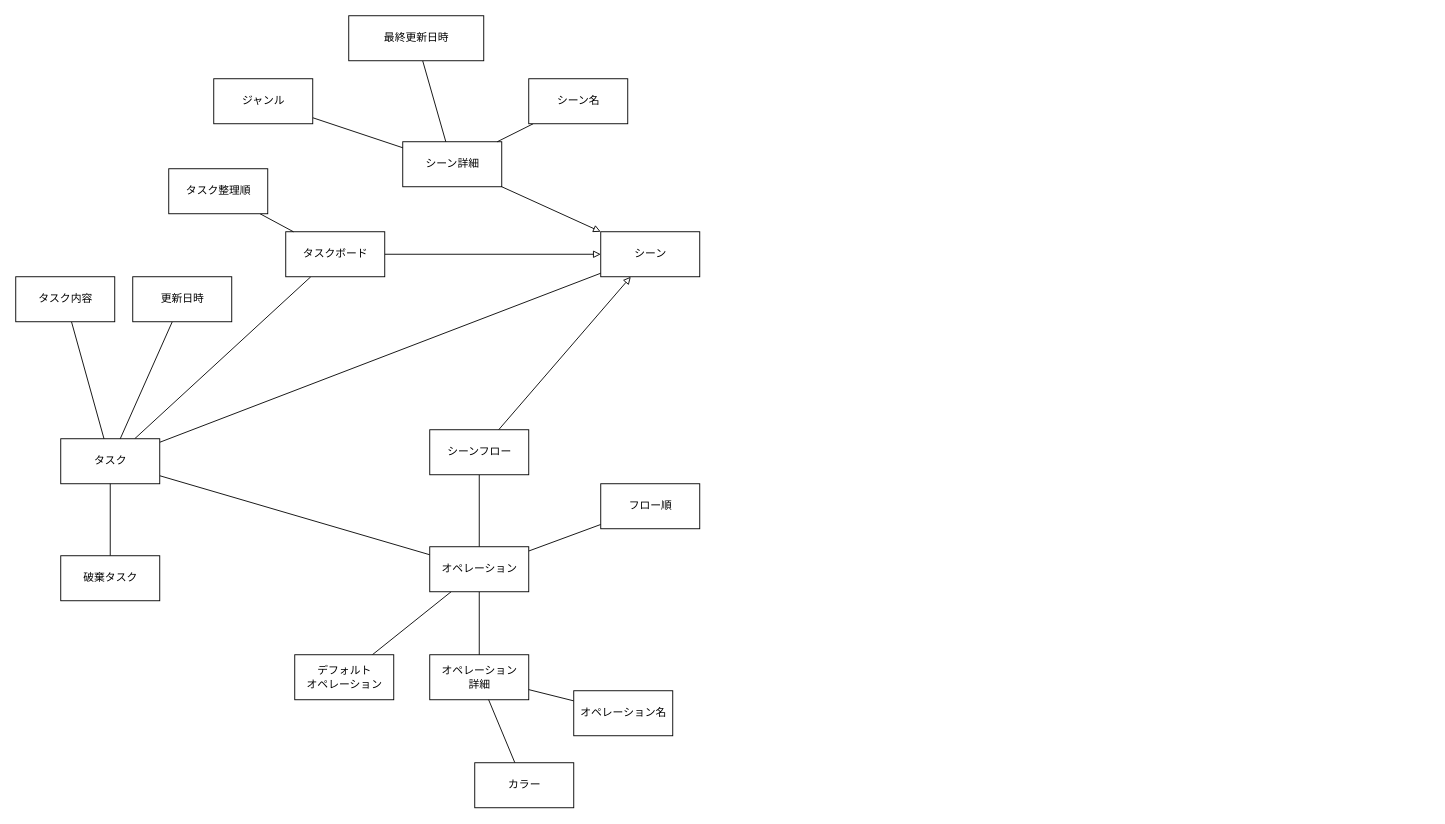
takemo101/tasking-flutter keeps this draw.io diagram as page "概念モデル" (1 of 2) of document/model/model.dio. Above is the earlier version. Source tidied: cells renumbered, new cells numbered last; positions are measured from the earlier drawing's top-left corner, leaving out a move shared by most shapes. Both pictures are drawn from the tidied source at 90%, with x=0, y=0 at pixel (15, 15).
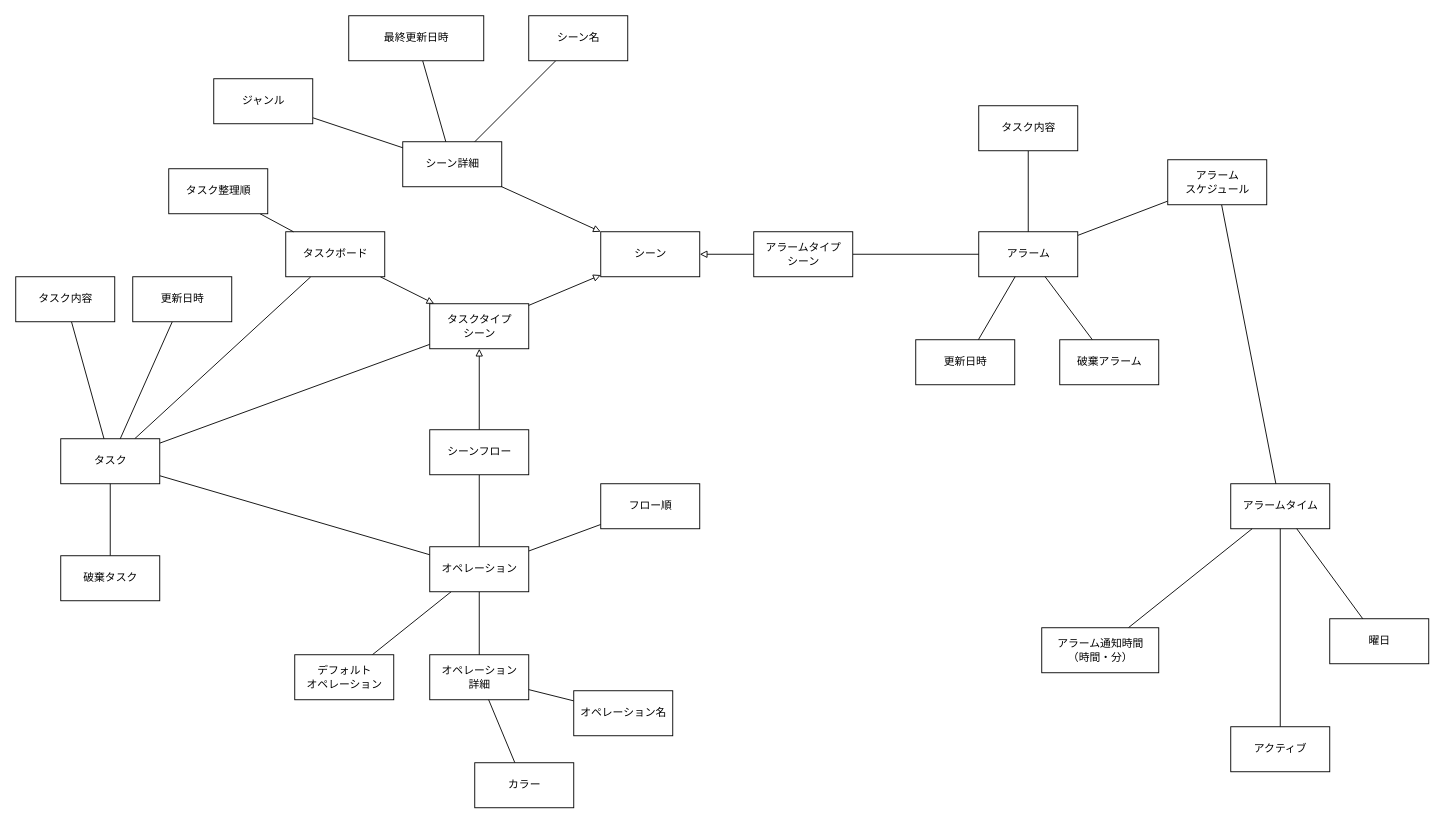
The same diagram, later.

The change refers to these unchanged cells:
```xml
<mxCell id="9" value="タスク" style="html=1;" parent="1" vertex="1">
  <mxGeometry x="50" y="470" width="110" height="50" as="geometry" />
</mxCell>
<mxCell id="30" value="シーンフロー" style="html=1;" parent="1" vertex="1">
  <mxGeometry x="460" y="460" width="110" height="50" as="geometry" />
</mxCell>
<mxCell id="34" value="シーン" style="html=1;" parent="1" vertex="1">
  <mxGeometry x="650" y="240" width="110" height="50" as="geometry" />
</mxCell>
<mxCell id="35" value="タスクボード" style="html=1;" parent="1" vertex="1">
  <mxGeometry x="300" y="240" width="110" height="50" as="geometry" />
</mxCell>
```

Change to the diagram source:
```diff
@@
-    <mxCell id="2" style="edgeStyle=none;html=1;endArrow=none;endFill=0;" parent="1" edge="1" source="34" target="9">
+    <mxCell id="2" style="edgeStyle=none;html=1;endArrow=none;endFill=0;" parent="1" edge="1" source="52" target="9">
       <mxGeometry relative="1" as="geometry" />
     </mxCell>
-    <mxCell id="3" style="edgeStyle=none;html=1;endArrow=block;endFill=0;" parent="1" edge="1" source="35" target="34">
+    <mxCell id="3" style="edgeStyle=none;html=1;endArrow=block;endFill=0;" parent="1" edge="1" source="35" target="52">
       <mxGeometry relative="1" as="geometry" />
     </mxCell>
@@
     <mxCell id="11" value="シーン名" style="html=1;" parent="1" vertex="1">
-      <mxGeometry x="570" y="70" width="110" height="50" as="geometry" />
+      <mxGeometry x="570" width="110" height="50" as="geometry" />
     </mxCell>
@@
-    <mxCell id="29" style="edgeStyle=none;html=1;endArrow=block;endFill=0;" parent="1" edge="1" source="30" target="34">
+    <mxCell id="29" style="edgeStyle=none;html=1;endArrow=block;endFill=0;" parent="1" edge="1" source="30" target="52">
       <mxGeometry relative="1" as="geometry" />
     </mxCell>
@@
+    <mxCell id="39" style="edgeStyle=none;html=1;endArrow=none;endFill=0;" parent="1" edge="1" source="40" target="60">
+      <mxGeometry relative="1" as="geometry" />
+    </mxCell>
+    <mxCell id="40" value="アラーム" style="html=1;" parent="1" vertex="1">
+      <mxGeometry x="1070" y="240" width="110" height="50" as="geometry" />
+    </mxCell>
+    <mxCell id="41" style="edgeStyle=none;html=1;endArrow=none;endFill=0;" parent="1" edge="1" source="42" target="40">
+      <mxGeometry relative="1" as="geometry" />
+    </mxCell>
+    <mxCell id="42" value="タスク内容" style="html=1;" parent="1" vertex="1">
+      <mxGeometry x="1070" y="100" width="110" height="50" as="geometry" />
+    </mxCell>
+    <mxCell id="43" style="edgeStyle=none;html=1;endArrow=none;endFill=0;" parent="1" edge="1" source="44" target="40">
+      <mxGeometry relative="1" as="geometry" />
+    </mxCell>
+    <mxCell id="44" value="更新日時" style="html=1;" parent="1" vertex="1">
+      <mxGeometry x="1000" y="360" width="110" height="50" as="geometry" />
+    </mxCell>
+    <mxCell id="45" style="edgeStyle=none;html=1;endArrow=none;endFill=0;" parent="1" edge="1" source="46" target="40">
+      <mxGeometry relative="1" as="geometry" />
+    </mxCell>
+    <mxCell id="46" value="破棄アラーム" style="html=1;" parent="1" vertex="1">
+      <mxGeometry x="1160" y="360" width="110" height="50" as="geometry" />
+    </mxCell>
+    <mxCell id="47" value="アラームタイム" style="html=1;" parent="1" vertex="1">
+      <mxGeometry x="1350" y="520" width="110" height="50" as="geometry" />
+    </mxCell>
+    <mxCell id="48" style="edgeStyle=none;html=1;endArrow=none;endFill=0;" parent="1" edge="1" source="49" target="47">
+      <mxGeometry relative="1" as="geometry" />
+    </mxCell>
+    <mxCell id="49" value="アラーム通知時間&lt;br&gt;（時間・分）" style="html=1;" parent="1" vertex="1">
+      <mxGeometry x="1140" y="680" width="130" height="50" as="geometry" />
+    </mxCell>
+    <mxCell id="50" style="edgeStyle=none;html=1;endArrow=none;endFill=0;" parent="1" edge="1" source="51" target="47">
+      <mxGeometry relative="1" as="geometry" />
+    </mxCell>
+    <mxCell id="51" value="アクティブ" style="html=1;" parent="1" vertex="1">
+      <mxGeometry x="1350" y="790" width="110" height="50" as="geometry" />
+    </mxCell>
+    <mxCell id="52" value="タスクタイプ&lt;br&gt;シーン" style="html=1;" parent="1" vertex="1">
+      <mxGeometry x="460" y="320" width="110" height="50" as="geometry" />
+    </mxCell>
+    <mxCell id="53" style="edgeStyle=none;html=1;endArrow=block;endFill=0;" parent="1" edge="1" source="52" target="34">
+      <mxGeometry relative="1" as="geometry" />
+    </mxCell>
+    <mxCell id="54" style="edgeStyle=none;html=1;endArrow=none;endFill=0;" parent="1" edge="1" source="55" target="40">
+      <mxGeometry relative="1" as="geometry" />
+    </mxCell>
+    <mxCell id="55" value="アラームタイプ&lt;br&gt;シーン" style="html=1;" parent="1" vertex="1">
+      <mxGeometry x="820" y="240" width="110" height="50" as="geometry" />
+    </mxCell>
+    <mxCell id="56" style="edgeStyle=none;html=1;endArrow=block;endFill=0;" parent="1" edge="1" source="55" target="34">
+      <mxGeometry relative="1" as="geometry" />
+    </mxCell>
+    <mxCell id="57" value="曜日" style="html=1;" parent="1" vertex="1">
+      <mxGeometry x="1460" y="670" width="110" height="50" as="geometry" />
+    </mxCell>
+    <mxCell id="58" style="edgeStyle=none;html=1;endArrow=none;endFill=0;" parent="1" edge="1" source="57" target="47">
+      <mxGeometry relative="1" as="geometry" />
+    </mxCell>
+    <mxCell id="59" style="edgeStyle=none;html=1;endArrow=none;endFill=0;" parent="1" edge="1" source="60" target="47">
+      <mxGeometry relative="1" as="geometry" />
+    </mxCell>
+    <mxCell id="60" value="アラーム&lt;br&gt;スケジュール" style="html=1;" parent="1" vertex="1">
+      <mxGeometry x="1280" y="160" width="110" height="50" as="geometry" />
+    </mxCell>
```
